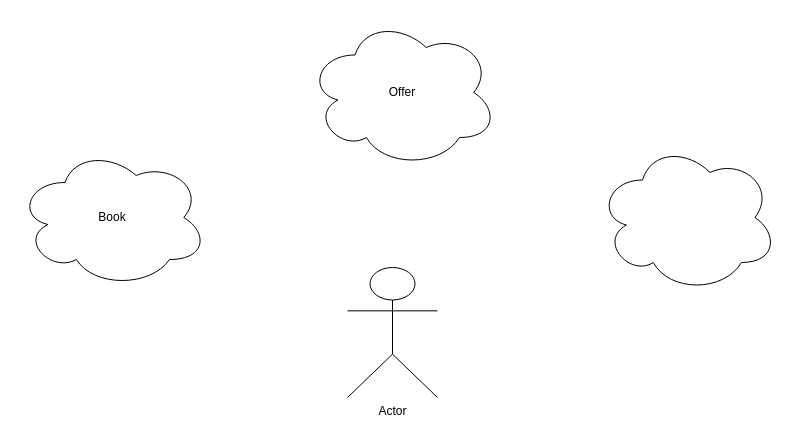
Philipp-Flo/CodeFactory_Projects keeps this draw.io diagram as library.drawio. Above is the earlier version. Source tidied: cells renumbered, new cells numbered last; positions are measured from the earlier drawing's top-left corner, leaving out a move shared by most shapes. Both pictures are drawn from the tidied source at 100%, with x=0, y=0 at pixel (17, 17).
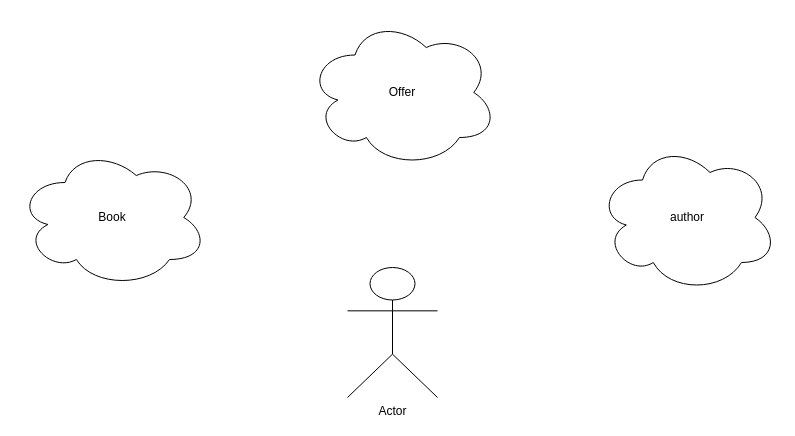
After the change.

Commit message:
author has been added to the plan

The edit, as a diff of the source:
```diff
@@
 <mxGraphModel>
   <root>
     <mxCell id="0" />
     <mxCell id="1" parent="0" />
     <mxCell id="2" value="Actor" style="shape=umlActor;verticalLabelPosition=bottom;verticalAlign=top;html=1;" parent="1" vertex="1">
       <mxGeometry x="330" y="250" width="90" height="130" as="geometry" />
     </mxCell>
-    <mxCell id="3" style="ellipse;shape=cloud;whiteSpace=wrap;html=1;" parent="1" vertex="1">
+    <mxCell id="3" value="author" style="ellipse;shape=cloud;whiteSpace=wrap;html=1;" parent="1" vertex="1">
       <mxGeometry x="580" y="125" width="180" height="150" as="geometry" />
     </mxCell>
     <mxCell id="4" value="Book" style="ellipse;shape=cloud;whiteSpace=wrap;html=1;" parent="1" vertex="1">
       <mxGeometry y="130" width="190" height="140" as="geometry" />
     </mxCell>
     <mxCell id="5" value="Offer" style="ellipse;shape=cloud;whiteSpace=wrap;html=1;" parent="1" vertex="1">
       <mxGeometry x="290" width="190" height="150" as="geometry" />
     </mxCell>
   </root>
 </mxGraphModel>
```
